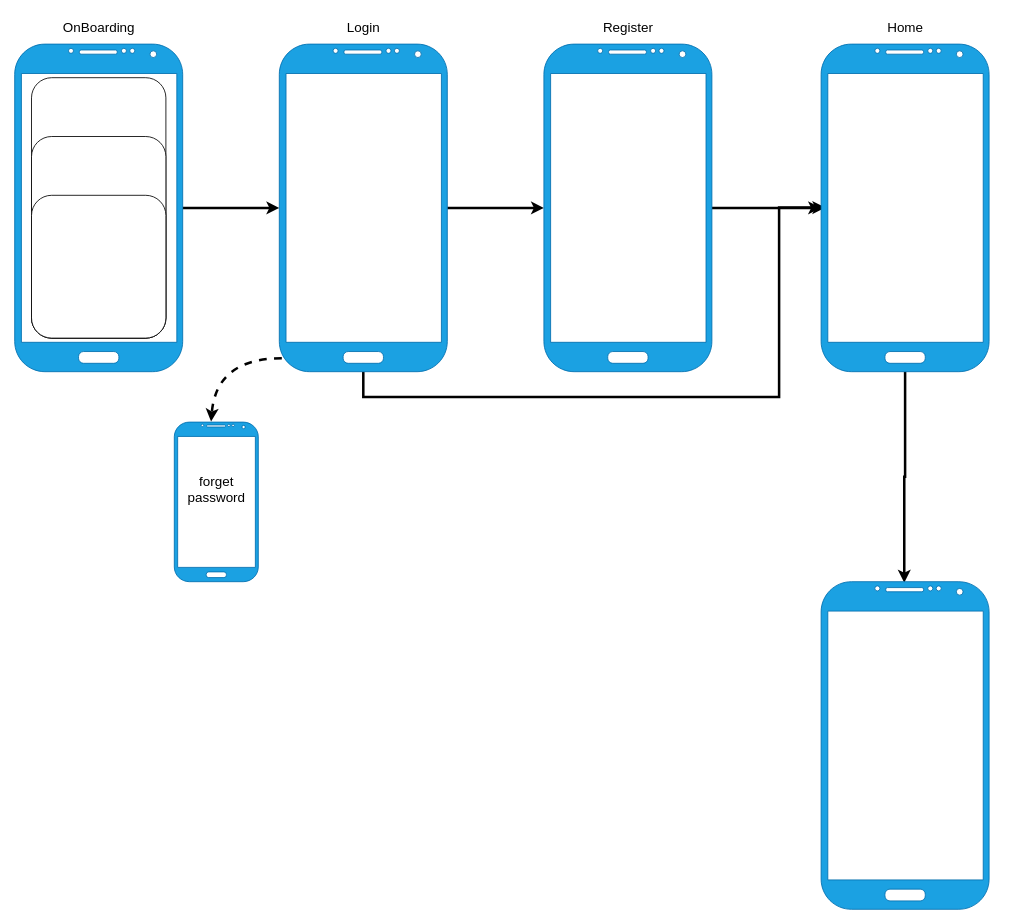
This is project.drawio from nezarab404/PL_project, a draw.io file, before an edit. Source tidied: cells renumbered, new cells numbered last; positions are measured from the earlier drawing's top-left corner, leaving out a move shared by most shapes. Both pictures are drawn from the tidied source at 84%, with x=0, y=0 at pixel (14, 18).
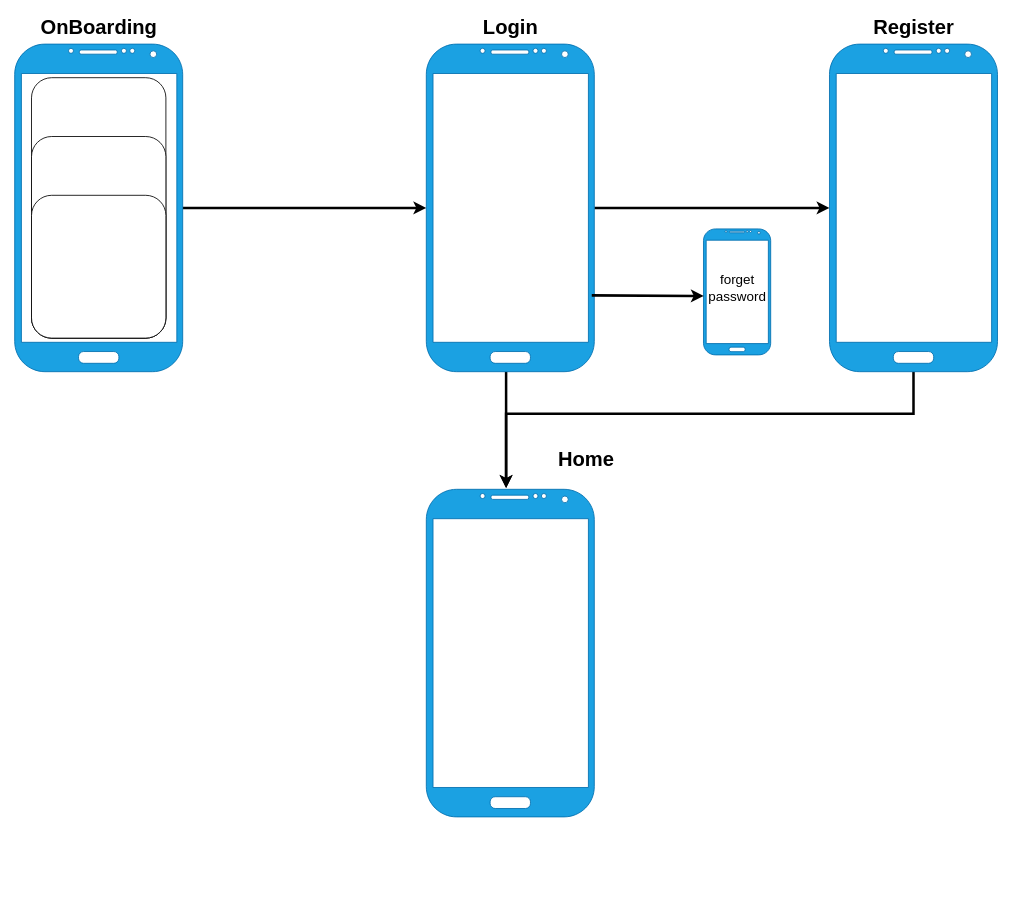
Above is the later version.

Change to the diagram source:
```diff
@@
-    <mxCell id="4" value="&lt;font style=&quot;font-size: 16px&quot;&gt;OnBoarding&lt;/font&gt;" style="text;html=1;align=center;verticalAlign=middle;strokeColor=none;fillColor=none;" parent="1" vertex="1">
-      <mxGeometry x="50" width="100" height="20" as="geometry" />
+    <mxCell id="4" value="&lt;font style=&quot;font-size: 24px&quot;&gt;&lt;b&gt;OnBoarding&lt;/b&gt;&lt;/font&gt;" style="text;html=1;align=center;verticalAlign=middle;strokeColor=none;fillColor=none;" parent="1" vertex="1">
+      <mxGeometry x="25" width="150" height="20" as="geometry" />
     </mxCell>
@@
-    <mxCell id="9" style="edgeStyle=orthogonalEdgeStyle;rounded=0;jettySize=auto;html=1;entryX=0.025;entryY=0.499;entryDx=0;entryDy=0;entryPerimeter=0;fontSize=16;strokeWidth=3;" parent="1" edge="1" source="10" target="16">
+    <mxCell id="9" style="edgeStyle=orthogonalEdgeStyle;rounded=0;jettySize=auto;html=1;entryX=0.475;entryY=-0.004;entryDx=0;entryDy=0;entryPerimeter=0;fontSize=24;strokeWidth=3;" parent="1" edge="1" source="10" target="16">
       <mxGeometry relative="1" as="geometry">
         <Array as="points">
-          <mxPoint x="415" y="450" />
-          <mxPoint x="910" y="450" />
-          <mxPoint x="910" y="225" />
+          <mxPoint x="585" y="440" />
+          <mxPoint x="585" y="440" />
         </Array>
       </mxGeometry>
     </mxCell>
     <mxCell id="10" style="verticalLabelPosition=bottom;verticalAlign=top;html=1;shadow=0;dashed=0;strokeWidth=1;shape=mxgraph.android.phone2;strokeColor=#006EAF;fillColor=#1ba1e2;fontColor=#ffffff;" parent="1" vertex="1">
-      <mxGeometry x="315" y="30" width="200" height="390" as="geometry" />
+      <mxGeometry x="490" y="30" width="200" height="390" as="geometry" />
     </mxCell>
-    <mxCell id="11" value="Login" style="text;html=1;align=center;verticalAlign=middle;strokeColor=none;fillColor=none;fontSize=16;" parent="1" vertex="1">
-      <mxGeometry x="390" width="50" height="20" as="geometry" />
+    <mxCell id="11" value="&lt;font style=&quot;font-size: 24px&quot;&gt;&lt;b&gt;Login&lt;/b&gt;&lt;/font&gt;" style="text;html=1;align=center;verticalAlign=middle;strokeColor=none;fillColor=none;fontSize=16;" parent="1" vertex="1">
+      <mxGeometry x="550" y="-5" width="80" height="30" as="geometry" />
     </mxCell>
-    <mxCell id="12" style="edgeStyle=orthogonalEdgeStyle;rounded=0;jettySize=auto;html=1;entryX=0;entryY=0.5;entryDx=0;entryDy=0;entryPerimeter=0;fontSize=16;strokeWidth=3;" parent="1" edge="1" source="13" target="16">
-      <mxGeometry relative="1" as="geometry" />
+    <mxCell id="12" style="edgeStyle=orthogonalEdgeStyle;rounded=0;jettySize=auto;html=1;entryX=0.475;entryY=-0.004;entryDx=0;entryDy=0;entryPerimeter=0;fontSize=24;strokeWidth=3;" parent="1" edge="1" source="13" target="16">
+      <mxGeometry relative="1" as="geometry">
+        <Array as="points">
+          <mxPoint x="1070" y="470" />
+          <mxPoint x="585" y="470" />
+        </Array>
+      </mxGeometry>
     </mxCell>
     <mxCell id="13" style="verticalLabelPosition=bottom;verticalAlign=top;html=1;shadow=0;dashed=0;strokeWidth=1;shape=mxgraph.android.phone2;strokeColor=#006EAF;fillColor=#1ba1e2;fontColor=#ffffff;" parent="1" vertex="1">
-      <mxGeometry x="630" y="30" width="200" height="390" as="geometry" />
+      <mxGeometry x="970" y="30" width="200" height="390" as="geometry" />
     </mxCell>
-    <mxCell id="14" value="Register" style="text;html=1;align=center;verticalAlign=middle;strokeColor=none;fillColor=none;fontSize=16;" parent="1" vertex="1">
-      <mxGeometry x="690" width="80" height="20" as="geometry" />
+    <mxCell id="14" value="&lt;font style=&quot;font-size: 24px&quot;&gt;&lt;b&gt;Register&lt;/b&gt;&lt;/font&gt;" style="text;html=1;align=center;verticalAlign=middle;strokeColor=none;fillColor=none;fontSize=16;" parent="1" vertex="1">
+      <mxGeometry x="1015" y="-5" width="110" height="30" as="geometry" />
     </mxCell>
-    <mxCell id="15" style="edgeStyle=orthogonalEdgeStyle;jettySize=auto;html=1;entryX=0.495;entryY=0.003;entryDx=0;entryDy=0;entryPerimeter=0;fontSize=16;strokeWidth=3;rounded=0;" parent="1" edge="1" source="16" target="21">
-      <mxGeometry relative="1" as="geometry">
-        <Array as="points">
-          <mxPoint x="1060" y="545" />
-          <mxPoint x="1059" y="545" />
-        </Array>
-      </mxGeometry>
-    </mxCell>
     <mxCell id="16" style="verticalLabelPosition=bottom;verticalAlign=top;html=1;shadow=0;dashed=0;strokeWidth=1;shape=mxgraph.android.phone2;strokeColor=#006EAF;fillColor=#1ba1e2;fontColor=#ffffff;" parent="1" vertex="1">
-      <mxGeometry x="960" y="30" width="200" height="390" as="geometry" />
+      <mxGeometry x="490" y="560" width="200" height="390" as="geometry" />
     </mxCell>
-    <mxCell id="17" value="Home" style="text;html=1;align=center;verticalAlign=middle;strokeColor=none;fillColor=none;fontSize=16;" parent="1" vertex="1">
-      <mxGeometry x="1030" width="60" height="20" as="geometry" />
+    <mxCell id="17" value="&lt;font style=&quot;font-size: 24px&quot;&gt;&lt;b&gt;Home&lt;/b&gt;&lt;/font&gt;" style="text;html=1;align=center;verticalAlign=middle;strokeColor=none;fillColor=none;fontSize=16;" parent="1" vertex="1">
+      <mxGeometry x="640" y="510" width="80" height="30" as="geometry" />
     </mxCell>
     <mxCell id="18" style="verticalLabelPosition=bottom;verticalAlign=top;html=1;shadow=0;dashed=0;strokeWidth=1;shape=mxgraph.android.phone2;strokeColor=#006EAF;fillColor=#1ba1e2;fontColor=#ffffff;" parent="1" vertex="1">
-      <mxGeometry x="190" y="480" width="100" height="190" as="geometry" />
+      <mxGeometry x="820" y="250" width="80" height="150" as="geometry" />
     </mxCell>
-    <mxCell id="19" style="curved=1;endArrow=classic;html=1;rounded=0;fontSize=16;strokeWidth=3;exitX=0.015;exitY=0.959;exitDx=0;exitDy=0;exitPerimeter=0;entryX=0.438;entryY=-0.004;entryDx=0;entryDy=0;entryPerimeter=0;dashed=1;" parent="1" edge="1" source="10" target="18">
-      <mxGeometry relative="1" as="geometry">
-        <Array as="points">
-          <mxPoint x="240" y="404" />
-        </Array>
-      </mxGeometry>
-    </mxCell>
     <mxCell id="20" value="forget &lt;br&gt;password" style="text;html=1;align=center;verticalAlign=middle;points=[];strokeColor=none;fillColor=none;fontSize=16;" parent="1" vertex="1">
-      <mxGeometry x="200" y="540" width="80" height="40" as="geometry" />
+      <mxGeometry x="820" y="300" width="80" height="40" as="geometry" />
     </mxCell>
-    <mxCell id="21" style="verticalLabelPosition=bottom;verticalAlign=top;html=1;shadow=0;dashed=0;strokeWidth=1;shape=mxgraph.android.phone2;strokeColor=#006EAF;fillColor=#1ba1e2;fontColor=#ffffff;" parent="1" vertex="1">
-      <mxGeometry x="960" y="670" width="200" height="390" as="geometry" />
-    </mxCell>
+    <mxCell id="22" style="endArrow=classic;html=1;rounded=0;fontSize=24;strokeWidth=3;exitX=0.985;exitY=0.767;exitDx=0;exitDy=0;exitPerimeter=0;entryX=0.004;entryY=0.746;entryDx=0;entryDy=0;entryPerimeter=0;" parent="1" edge="1" source="10" target="20">
+      <mxGeometry relative="1" as="geometry" />
+    </mxCell>
```
